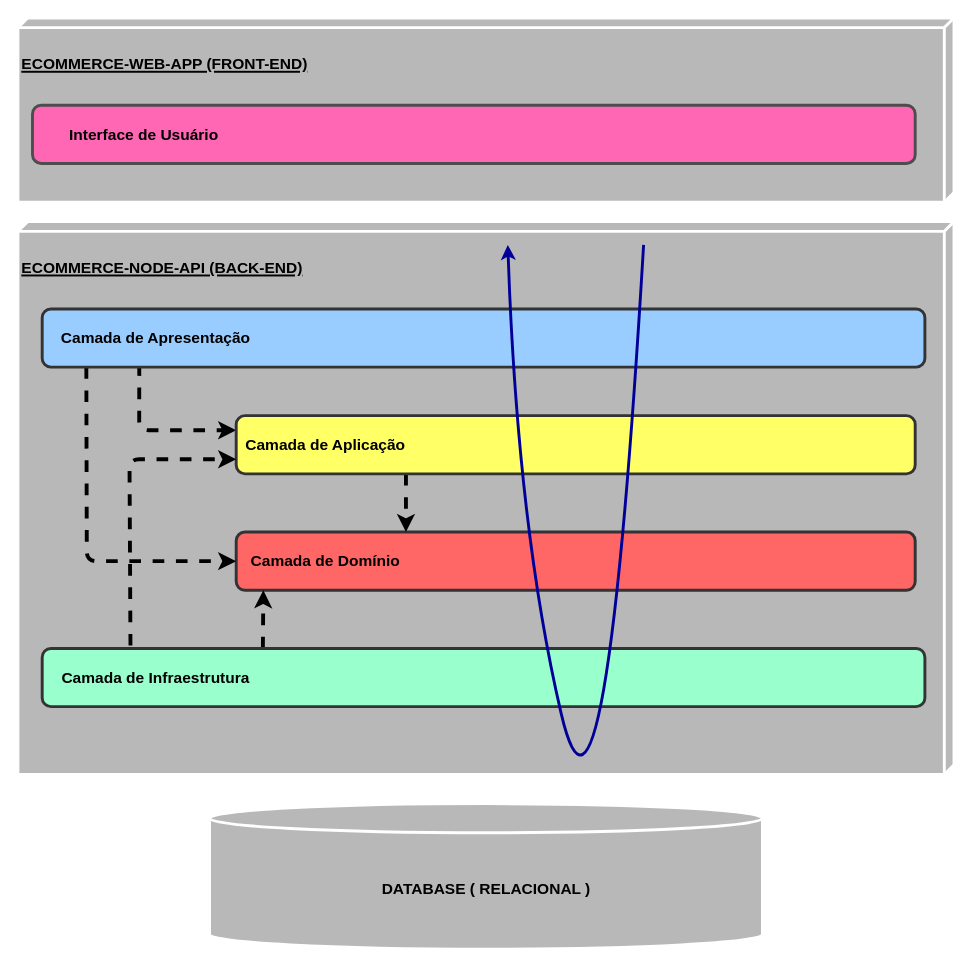
Earlier version of the draw.io diagram page "ARQUITETURA EM CAMADAS" (1 of 2) of requirements/ecommerce-arquitetura.drawio (ruthierre/ecommerce-node-api). Source tidied: cells renumbered, new cells numbered last; positions are measured from the earlier drawing's top-left corner, leaving out a move shared by most shapes. Both pictures are drawn from the tidied source at 97%, with x=0, y=0 at pixel (17, 17).
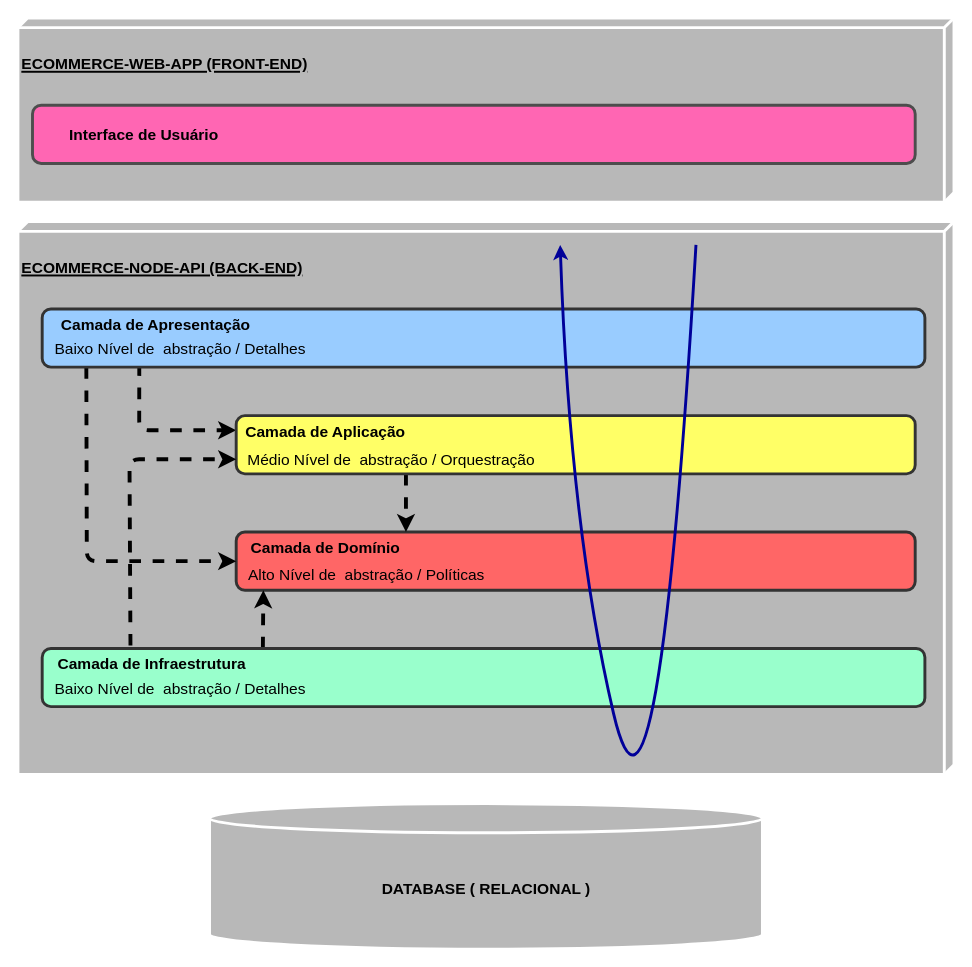
The same diagram, later.

Commit message:
added drawio of hexagon architecture

Unchanged cells that the change refers to:
```xml
<mxCell id="9" style="rounded=1;whiteSpace=wrap;html=1;strokeColor=#333333;strokeWidth=3;fontSize=16;fontColor=#ffffff;fillColor=#99CCFF;points=[[0,0,0,0,0],[0,0.25,0,0,0],[0,0.5,0,0,0],[0,0.75,0,0,0],[0,1,0,0,0],[0.05,1,0,0,0],[0.11,0.95,0,0,0],[0.25,0,0,0,0],[0.5,0,0,0,0],[0.75,0,0,0,0],[0.75,1,0,0,0],[1,0,0,0,0],[1,0.25,0,0,0],[1,0.5,0,0,0],[1,0.75,0,0,0],[1,1,0,0,0]];" parent="1" vertex="1">
  <mxGeometry x="25" y="300" width="910" height="60" as="geometry" />
</mxCell>
<mxCell id="14" style="rounded=1;whiteSpace=wrap;html=1;strokeColor=#333333;strokeWidth=3;fontSize=16;fontColor=#ffffff;fillColor=#FFFF66;" parent="1" vertex="1">
  <mxGeometry x="225" y="410" width="700" height="60" as="geometry" />
</mxCell>
<mxCell id="18" style="rounded=1;whiteSpace=wrap;html=1;strokeColor=#333333;strokeWidth=3;fontSize=16;fontColor=#ffffff;fillColor=#99FFCC;points=[[0,0,0,0,0],[0,0.25,0,0,0],[0,0.5,0,0,0],[0,0.75,0,0,0],[0,1,0,0,0],[0.1,0,0,0,-3],[0.25,0,0,0,0],[0.25,1,0,0,0],[0.5,1,0,0,0],[0.75,0,0,0,0],[0.75,1,0,0,0],[1,0,0,0,0],[1,0.25,0,0,0],[1,0.5,0,0,0],[1,0.75,0,0,0],[1,1,0,0,0]];" parent="1" vertex="1">
  <mxGeometry x="25" y="650" width="910" height="60" as="geometry" />
</mxCell>
```

Diff of the diagram source:
```diff
@@
     <mxCell id="6" value="&lt;b&gt;&amp;nbsp;Camada de Domínio&lt;/b&gt;" style="text;html=1;strokeColor=none;fillColor=none;align=center;verticalAlign=middle;whiteSpace=wrap;rounded=0;strokeWidth=3;fontSize=16;fontColor=#000000;" parent="1" vertex="1">
-      <mxGeometry x="225" y="545" width="180" height="30" as="geometry" />
+      <mxGeometry x="225" y="531" width="180" height="30" as="geometry" />
     </mxCell>
-    <mxCell id="7" style="edgeStyle=none;html=1;exitX=0.05;exitY=1;exitDx=0;exitDy=0;exitPerimeter=0;fontSize=16;fontColor=#000000;strokeWidth=4;strokeColor=#000000;dashed=1;entryX=0;entryY=0.5;entryDx=0;entryDy=0;" parent="1" edge="1" source="9" target="6">
+    <mxCell id="7" style="edgeStyle=none;html=1;exitX=0.05;exitY=1;exitDx=0;exitDy=0;exitPerimeter=0;fontSize=16;fontColor=#000000;strokeWidth=4;strokeColor=#000000;dashed=1;entryX=0;entryY=0.967;entryDx=0;entryDy=0;entryPerimeter=0;" parent="1" edge="1" source="9" target="6">
       <mxGeometry relative="1" as="geometry">
         <Array as="points">
           <mxPoint x="71" y="560" />
         </Array>
       </mxGeometry>
     </mxCell>
-    <mxCell id="8" style="edgeStyle=none;html=1;exitX=0.11;exitY=0.95;exitDx=0;exitDy=0;exitPerimeter=0;entryX=0;entryY=0;entryDx=0;entryDy=0;dashed=1;strokeColor=#000000;strokeWidth=4;fontSize=16;fontColor=#000000;" parent="1" edge="1" source="9" target="15">
+    <mxCell id="8" style="edgeStyle=none;html=1;exitX=0.11;exitY=0.95;exitDx=0;exitDy=0;exitPerimeter=0;entryX=0;entryY=0.25;entryDx=0;entryDy=0;dashed=1;strokeColor=#000000;strokeWidth=4;fontSize=16;fontColor=#000000;" parent="1" edge="1" source="9" target="14">
       <mxGeometry relative="1" as="geometry">
         <Array as="points">
           <mxPoint x="125" y="425" />
         </Array>
       </mxGeometry>
     </mxCell>
@@
     <mxCell id="10" value="&lt;b&gt;&amp;nbsp;Camada de Apresentação&lt;/b&gt;" style="text;html=1;strokeColor=none;fillColor=none;align=center;verticalAlign=middle;whiteSpace=wrap;rounded=0;strokeWidth=3;fontSize=16;fontColor=#000000;" parent="1" vertex="1">
-      <mxGeometry x="25" y="315" width="230" height="30" as="geometry" />
+      <mxGeometry x="25" y="301" width="230" height="30" as="geometry" />
     </mxCell>
@@
     <mxCell id="15" value="&lt;b&gt;&amp;nbsp;Camada de Aplicação&lt;/b&gt;" style="text;html=1;strokeColor=none;fillColor=none;align=center;verticalAlign=middle;whiteSpace=wrap;rounded=0;strokeWidth=3;fontSize=16;fontColor=#000000;" parent="1" vertex="1">
-      <mxGeometry x="225" y="425" width="180" height="30" as="geometry" />
+      <mxGeometry x="225" y="412" width="180" height="30" as="geometry" />
     </mxCell>
@@
-    <mxCell id="17" style="edgeStyle=none;html=1;exitX=0.1;exitY=0;exitDx=0;exitDy=-3;exitPerimeter=0;entryX=0;entryY=1;entryDx=0;entryDy=0;dashed=1;strokeColor=#000000;strokeWidth=4;fontSize=16;fontColor=#000000;" parent="1" edge="1" source="18" target="15">
+    <mxCell id="17" style="edgeStyle=none;html=1;exitX=0.1;exitY=0;exitDx=0;exitDy=-3;exitPerimeter=0;entryX=0;entryY=0.5;entryDx=0;entryDy=0;dashed=1;strokeColor=#000000;strokeWidth=4;fontSize=16;fontColor=#000000;" parent="1" edge="1" source="18" target="23">
       <mxGeometry relative="1" as="geometry">
         <Array as="points">
           <mxPoint x="115" y="455" />
         </Array>
       </mxGeometry>
     </mxCell>
@@
     <mxCell id="19" value="&lt;b&gt;&amp;nbsp;Camada de Infraestrutura&lt;/b&gt;" style="text;html=1;strokeColor=none;fillColor=none;align=center;verticalAlign=middle;whiteSpace=wrap;rounded=0;strokeWidth=3;fontSize=16;fontColor=#000000;" parent="1" vertex="1">
-      <mxGeometry x="25" y="665" width="230" height="30" as="geometry" />
+      <mxGeometry x="21" y="651" width="230" height="30" as="geometry" />
     </mxCell>
     <mxCell id="20" style="curved=1;endArrow=classic;html=1;strokeColor=#000099;strokeWidth=3;fontSize=16;fontColor=#000000;" parent="1" edge="1">
       <mxGeometry relative="1" as="geometry">
-        <mxPoint x="645" y="234" as="sourcePoint" />
-        <mxPoint x="505" y="234" as="targetPoint" />
+        <mxPoint x="699" y="234" as="sourcePoint" />
+        <mxPoint x="559" y="234" as="targetPoint" />
         <Array as="points">
-          <mxPoint x="605" y="910" />
-          <mxPoint x="515" y="524" />
+          <mxPoint x="659" y="910" />
+          <mxPoint x="569" y="524" />
         </Array>
       </mxGeometry>
     </mxCell>
+    <mxCell id="21" value="Baixo Nível de&amp;nbsp; abstração / Detalhes" style="text;html=1;strokeColor=none;fillColor=none;align=center;verticalAlign=middle;whiteSpace=wrap;rounded=0;strokeWidth=3;fontSize=16;fontColor=#000000;" parent="1" vertex="1">
+      <mxGeometry x="30" y="676" width="275" height="30" as="geometry" />
+    </mxCell>
+    <mxCell id="22" value="Baixo Nível de&amp;nbsp; abstração / Detalhes" style="text;html=1;strokeColor=none;fillColor=none;align=center;verticalAlign=middle;whiteSpace=wrap;rounded=0;strokeWidth=3;fontSize=16;fontColor=#000000;" parent="1" vertex="1">
+      <mxGeometry x="30" y="326" width="275" height="30" as="geometry" />
+    </mxCell>
+    <mxCell id="23" value="Médio Nível de&amp;nbsp; abstração / Orquestração" style="text;html=1;strokeColor=none;fillColor=none;align=center;verticalAlign=middle;whiteSpace=wrap;rounded=0;strokeWidth=3;fontSize=16;fontColor=#000000;" parent="1" vertex="1">
+      <mxGeometry x="225" y="440" width="320" height="30" as="geometry" />
+    </mxCell>
+    <mxCell id="24" value="Alto Nível de&amp;nbsp; abstração / Políticas" style="text;html=1;strokeColor=none;fillColor=none;align=center;verticalAlign=middle;whiteSpace=wrap;rounded=0;strokeWidth=3;fontSize=16;fontColor=#000000;" parent="1" vertex="1">
+      <mxGeometry x="222" y="559" width="275" height="30" as="geometry" />
+    </mxCell>
```
